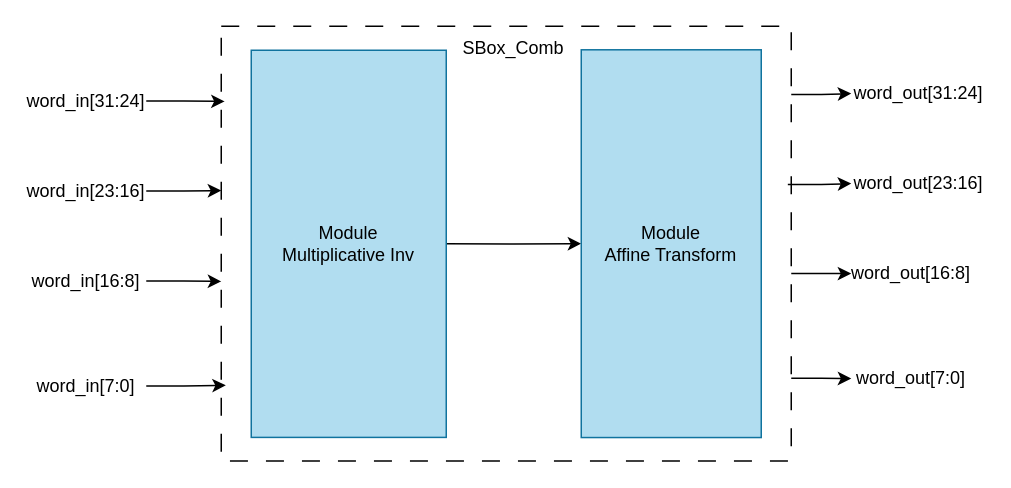
Before: diagram/drawio/SubWord Low.drawio in LQLManZz/AES128-Verilog, a draw.io diagram. Source tidied: cells renumbered, new cells numbered last; positions are measured from the earlier drawing's top-left corner, leaving out a move shared by most shapes. Both pictures are drawn from the tidied source at 150%, with x=0, y=0 at pixel (26, 26).
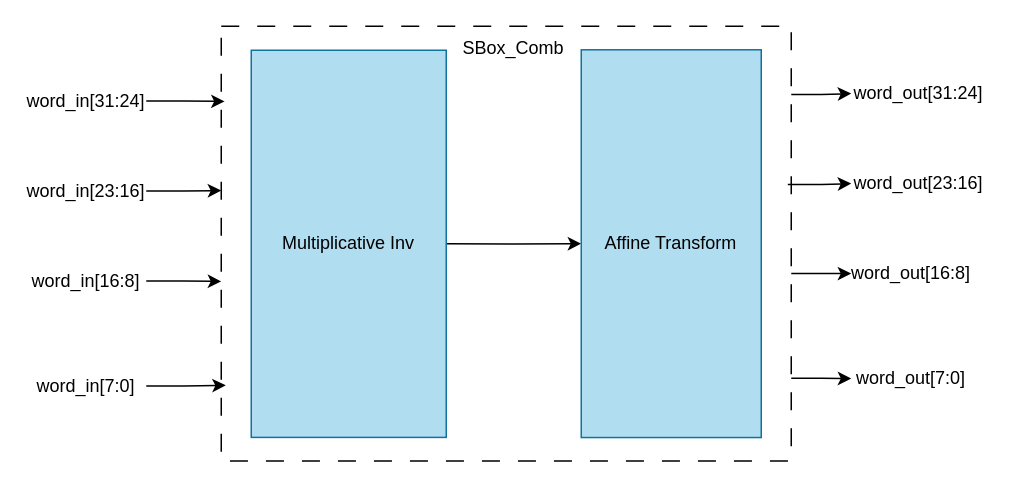
The same diagram, later.

The change refers to these unchanged cells:
```xml
<mxCell id="10" style="group;" parent="1" vertex="1">
  <mxGeometry x="130" width="380" height="289.8" as="geometry" />
</mxCell>
```

The edit, as a diff of the source:
```diff
@@
-    <mxCell id="13" value="Module&lt;br&gt;Multiplicative Inv" style="rounded=0;whiteSpace=wrap;html=1;fillColor=#b1ddf0;strokeColor=#10739e;" parent="10" vertex="1">
+    <mxCell id="13" value="Multiplicative Inv" style="rounded=0;whiteSpace=wrap;html=1;fillColor=#b1ddf0;strokeColor=#10739e;" parent="10" vertex="1">
       <mxGeometry x="20" y="16" width="130" height="258.1" as="geometry" />
     </mxCell>
-    <mxCell id="14" value="Module&lt;br&gt;Affine Transform" style="rounded=0;whiteSpace=wrap;html=1;fillColor=#b1ddf0;strokeColor=#10739e;" parent="10" vertex="1">
+    <mxCell id="14" value="Affine Transform" style="rounded=0;whiteSpace=wrap;html=1;fillColor=#b1ddf0;strokeColor=#10739e;" parent="10" vertex="1">
       <mxGeometry x="240" y="15.7" width="120" height="258.5" as="geometry" />
     </mxCell>
```
